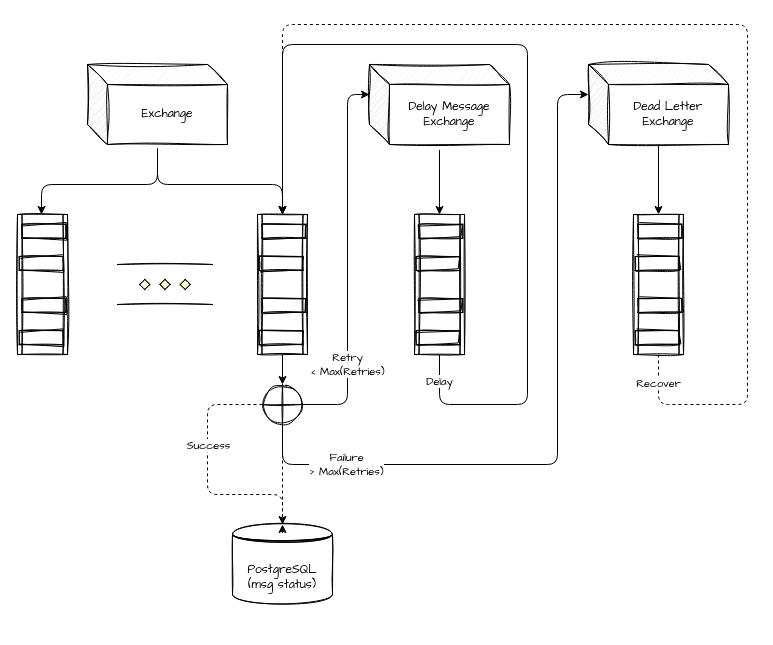
Jacobbishopxy/pqx keeps this draw.io diagram as app.drawio. Above is the earlier version. Source tidied: cells renumbered, new cells numbered last; positions are measured from the earlier drawing's top-left corner, leaving out a move shared by most shapes. Both pictures are drawn from the tidied source at 100%, with x=0, y=0 at pixel (17, 24).
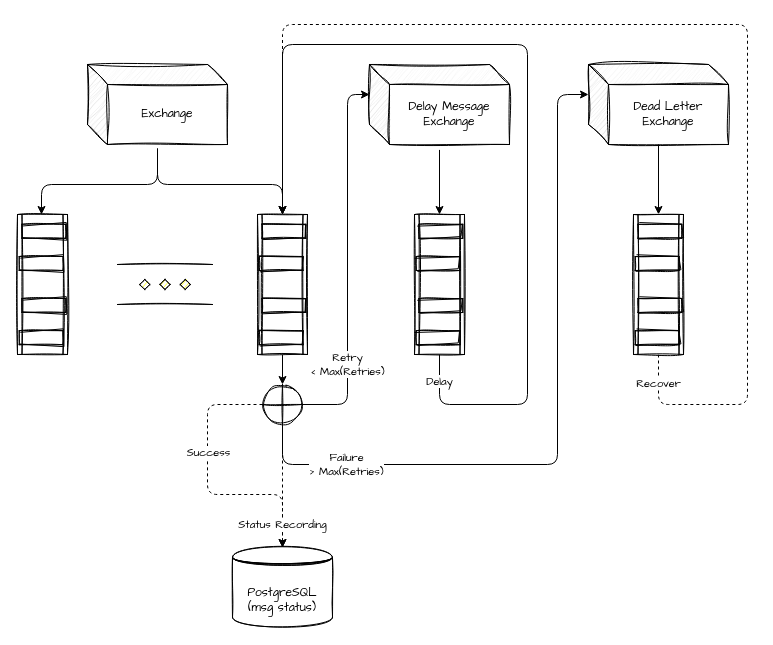
The same page after the edit.

Unchanged cells that the change refers to:
```xml
<mxCell id="11" style="verticalLabelPosition=bottom;verticalAlign=top;html=1;shape=mxgraph.flowchart.summing_function;sketch=1;fontFamily=Comic Sans MS;" parent="1" vertex="1">
  <mxGeometry x="245" y="360" width="40" height="40" as="geometry" />
</mxCell>
```

Change to the diagram source:
```diff
@@
     <mxCell id="5" value="PostgreSQL&lt;br&gt;(msg status)" style="shape=datastore;whiteSpace=wrap;html=1;sketch=1;fontFamily=Comic Sans MS;" parent="1" vertex="1">
-      <mxGeometry x="215" y="500" width="100" height="80" as="geometry" />
+      <mxGeometry x="215" y="523" width="100" height="80" as="geometry" />
     </mxCell>
@@
-    <mxCell id="9" style="edgeStyle=orthogonalEdgeStyle;html=1;entryX=0.5;entryY=0;entryDx=0;entryDy=0;fontFamily=Comic Sans MS;dashed=1;" parent="1" edge="1" source="11" target="5">
-      <mxGeometry x="-0.13" y="20" relative="1" as="geometry">
+    <mxCell id="9" value="Status Recording" style="edgeStyle=orthogonalEdgeStyle;html=1;entryX=0.5;entryY=0;entryDx=0;entryDy=0;fontFamily=Comic Sans MS;dashed=1;" parent="1" edge="1" source="11" target="5">
+      <mxGeometry x="0.63" relative="1" as="geometry">
         <Array as="points">
-          <mxPoint x="265" y="510" />
-          <mxPoint x="265" y="510" />
+          <mxPoint x="265" y="460" />
+          <mxPoint x="265" y="460" />
         </Array>
       </mxGeometry>
     </mxCell>
```
